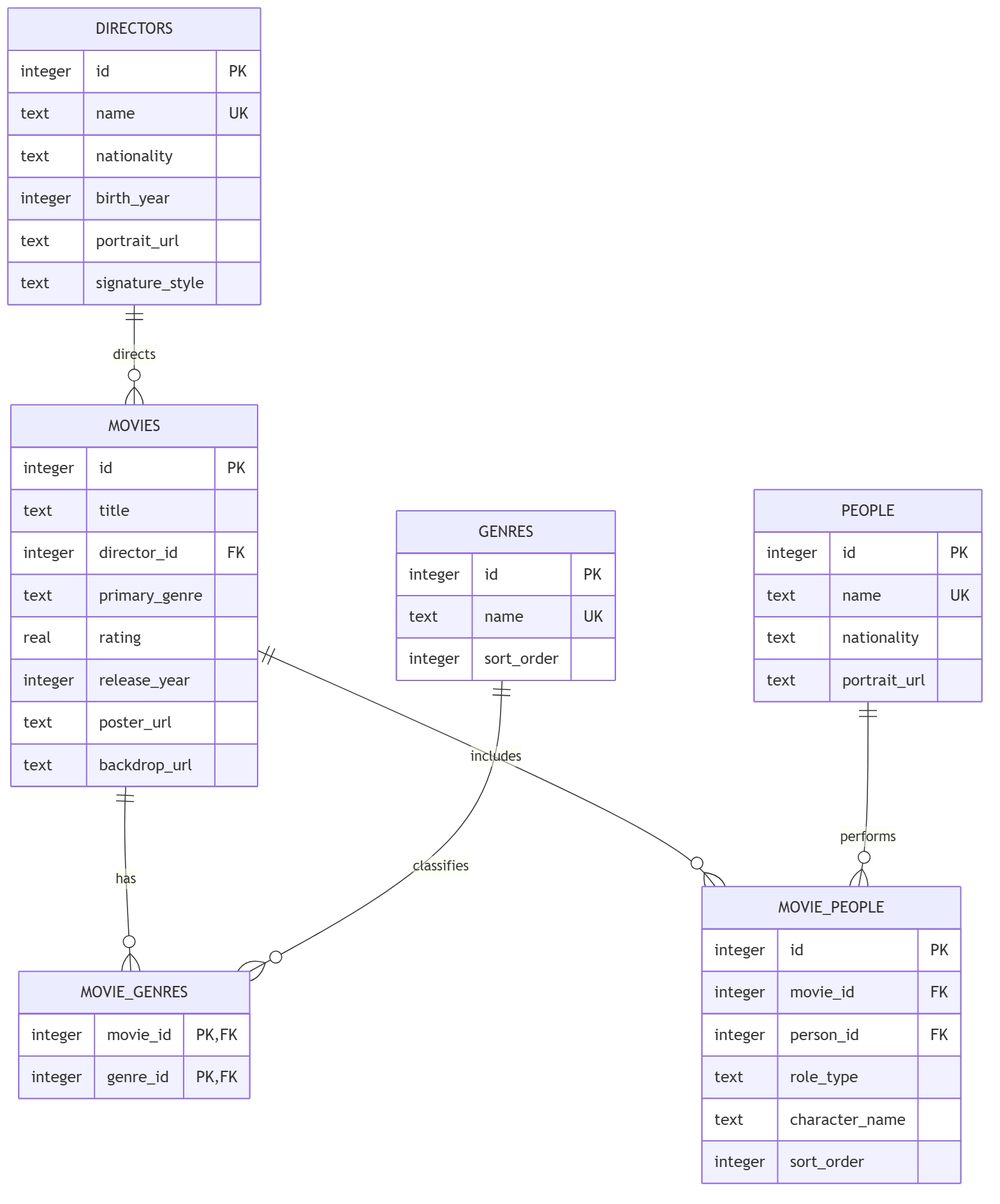
This is output/pdf/diagrams/report-diagram-05.png from 2711944586/cinema-flow, a Mermaid export, as it was before one commit. Its source is kept beside it as output/pdf/diagrams/report-diagram-05.mmd. Source of this version:
```mermaid
erDiagram
  DIRECTORS {
    integer id PK
    text name UK
    text nationality
    integer birth_year
    text portrait_url
    text signature_style
  }

  MOVIES {
    integer id PK
    text title
    integer director_id FK
    text primary_genre
    real rating
    integer release_year
    text poster_url
    text backdrop_url
  }

  GENRES {
    integer id PK
    text name UK
    integer sort_order
  }

  MOVIE_GENRES {
    integer movie_id PK,FK
    integer genre_id PK,FK
  }

  PEOPLE {
    integer id PK
    text name UK
    text nationality
    text portrait_url
  }

  MOVIE_PEOPLE {
    integer id PK
    integer movie_id FK
    integer person_id FK
    text role_type
    text character_name
    integer sort_order
  }

  DIRECTORS ||--o{ MOVIES : directs
  MOVIES ||--o{ MOVIE_GENRES : has
  GENRES ||--o{ MOVIE_GENRES : classifies
  MOVIES ||--o{ MOVIE_PEOPLE : includes
  PEOPLE ||--o{ MOVIE_PEOPLE : performs
```
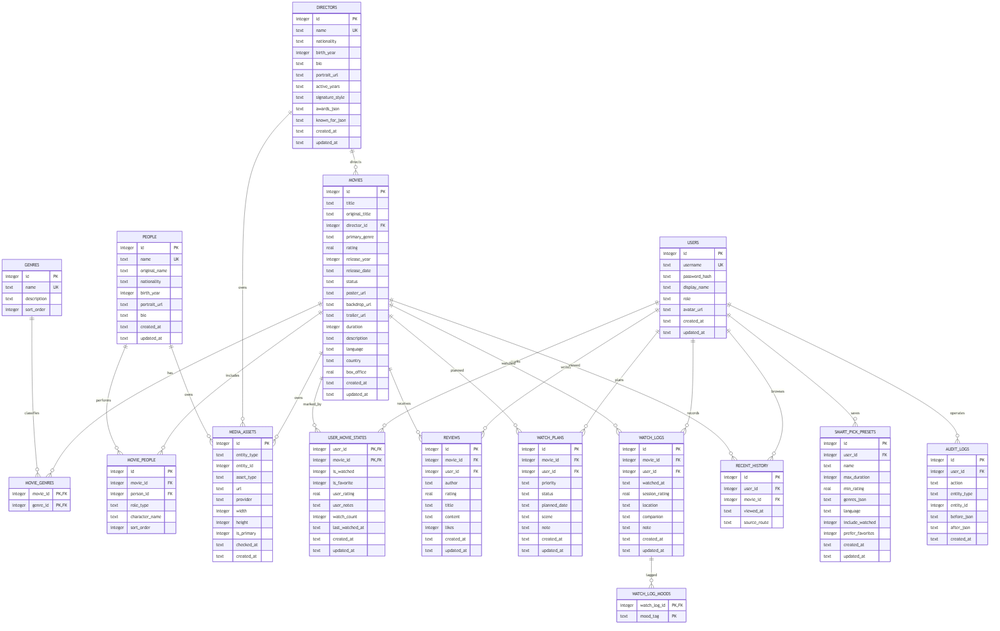
Later version of the same file.

Change to the diagram source:
```diff
@@ -1,27 +1,56 @@
 erDiagram
+  USERS {
+    integer id PK
+    text username UK
+    text password_hash
+    text display_name
+    text role
+    text avatar_url
+    text created_at
+    text updated_at
+  }
+
   DIRECTORS {
     integer id PK
     text name UK
     text nationality
     integer birth_year
+    text bio
     text portrait_url
+    text active_years
     text signature_style
+    text awards_json
+    text known_for_json
+    text created_at
+    text updated_at
   }
 
   MOVIES {
     integer id PK
     text title
+    text original_title
     integer director_id FK
     text primary_genre
     real rating
     integer release_year
+    text release_date
+    text status
     text poster_url
     text backdrop_url
+    text trailer_url
+    integer duration
+    text description
+    text language
+    text country
+    real box_office
+    text created_at
+    text updated_at
   }
 
   GENRES {
     integer id PK
     text name UK
+    text description
     integer sort_order
   }
 
@@ -33,8 +62,13 @@
   PEOPLE {
     integer id PK
     text name UK
+    text original_name
     text nationality
+    integer birth_year
     text portrait_url
+    text bio
+    text created_at
+    text updated_at
   }
 
   MOVIE_PEOPLE {
@@ -46,8 +80,128 @@
     integer sort_order
   }
 
+  MEDIA_ASSETS {
+    integer id PK
+    text entity_type
+    integer entity_id
+    text asset_type
+    text url
+    text provider
+    integer width
+    integer height
+    integer is_primary
+    text checked_at
+    text created_at
+  }
+
+  USER_MOVIE_STATES {
+    integer user_id PK,FK
+    integer movie_id PK,FK
+    integer is_watched
+    integer is_favorite
+    real user_rating
+    text user_notes
+    integer watch_count
+    text last_watched_at
+    text created_at
+    text updated_at
+  }
+
+  REVIEWS {
+    integer id PK
+    integer movie_id FK
+    integer user_id FK
+    text author
+    real rating
+    text title
+    text content
+    integer likes
+    text created_at
+    text updated_at
+  }
+
+  WATCH_PLANS {
+    integer id PK
+    integer movie_id FK
+    integer user_id FK
+    text priority
+    text status
+    text planned_date
+    text scene
+    text note
+    text created_at
+    text updated_at
+  }
+
+  WATCH_LOGS {
+    integer id PK
+    integer movie_id FK
+    integer user_id FK
+    text watched_at
+    real session_rating
+    text location
+    text companion
+    text note
+    text created_at
+    text updated_at
+  }
+
+  WATCH_LOG_MOODS {
+    integer watch_log_id PK,FK
+    text mood_tag PK
+  }
+
+  RECENT_HISTORY {
+    integer id PK
+    integer user_id FK
+    integer movie_id FK
+    text viewed_at
+    text source_route
+  }
+
+  SMART_PICK_PRESETS {
+    integer id PK
+    integer user_id FK
+    text name
+    integer max_duration
+    real min_rating
+    text genres_json
+    text language
+    integer include_watched
+    integer prefer_favorites
+    text created_at
+    text updated_at
+  }
+
+  AUDIT_LOGS {
+    integer id PK
+    integer user_id FK
+    text action
+    text entity_type
+    integer entity_id
+    text before_json
+    text after_json
+    text created_at
+  }
+
   DIRECTORS ||--o{ MOVIES : directs
   MOVIES ||--o{ MOVIE_GENRES : has
   GENRES ||--o{ MOVIE_GENRES : classifies
   MOVIES ||--o{ MOVIE_PEOPLE : includes
   PEOPLE ||--o{ MOVIE_PEOPLE : performs
+  MOVIES ||--o{ MEDIA_ASSETS : owns
+  DIRECTORS ||--o{ MEDIA_ASSETS : owns
+  PEOPLE ||--o{ MEDIA_ASSETS : owns
+  USERS ||--o{ USER_MOVIE_STATES : marks
+  MOVIES ||--o{ USER_MOVIE_STATES : marked_by
+  USERS ||--o{ REVIEWS : writes
+  MOVIES ||--o{ REVIEWS : receives
+  USERS ||--o{ WATCH_PLANS : plans
+  MOVIES ||--o{ WATCH_PLANS : planned
+  USERS ||--o{ WATCH_LOGS : records
+  MOVIES ||--o{ WATCH_LOGS : watched
+  WATCH_LOGS ||--o{ WATCH_LOG_MOODS : tagged
+  USERS ||--o{ RECENT_HISTORY : browses
+  MOVIES ||--o{ RECENT_HISTORY : viewed
+  USERS ||--o{ SMART_PICK_PRESETS : saves
+  USERS ||--o{ AUDIT_LOGS : operates
```
